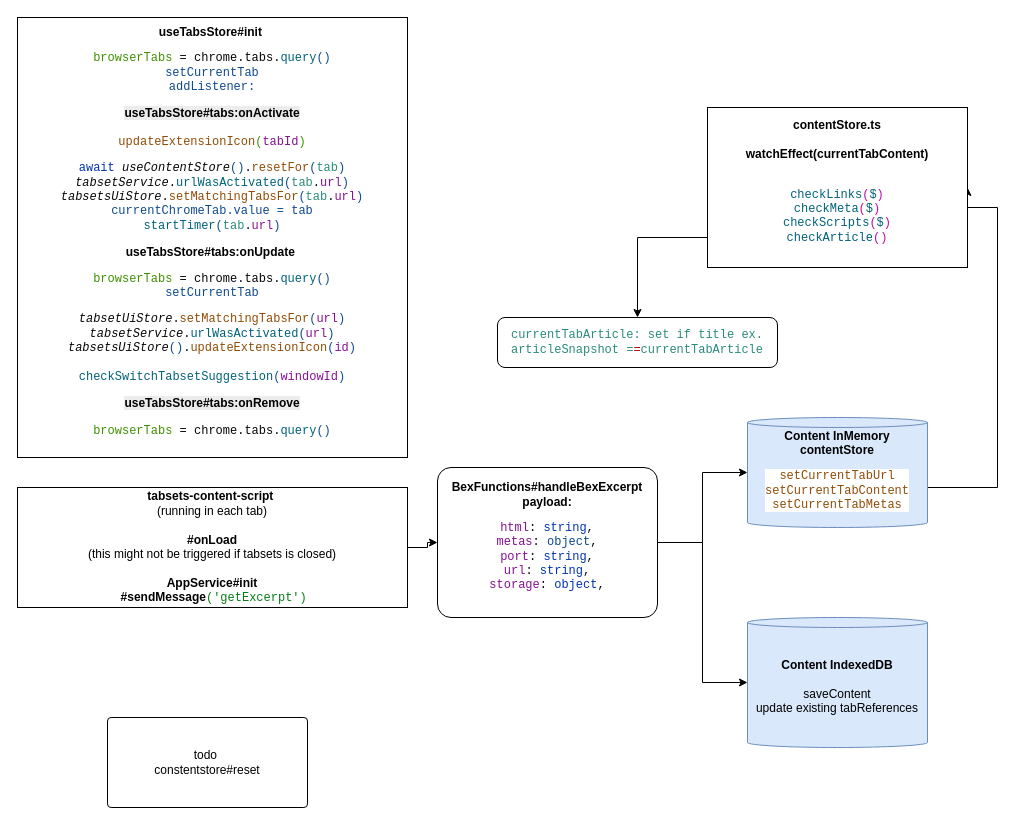
The draw.io diagram docs/drawio/test.drawio in evandor/tabsets, before the edit. Source tidied: cells renumbered, new cells numbered last; positions are measured from the earlier drawing's top-left corner, leaving out a move shared by most shapes. Both pictures are drawn from the tidied source at 100%, with x=0, y=0 at pixel (17, 17).
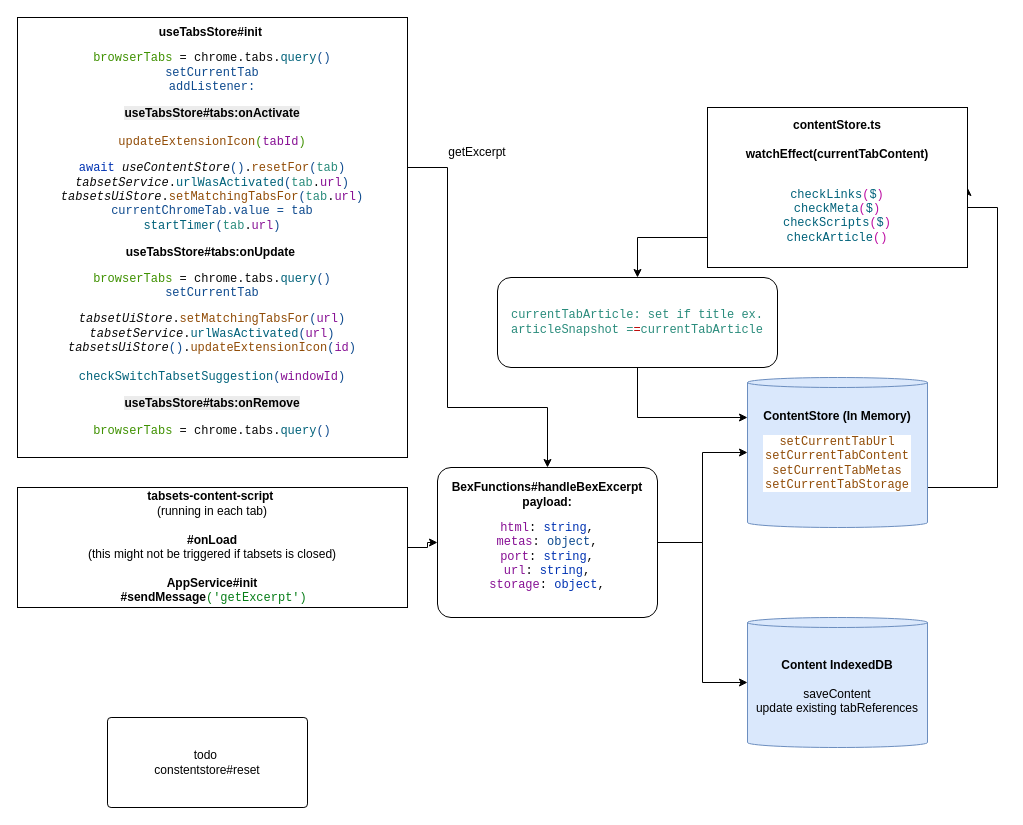
Above is the later version.

The change refers to these unchanged cells:
```xml
<mxCell id="8" value="&lt;div&gt;&lt;b&gt;useTabsStore#init&lt;/b&gt;&amp;nbsp;&lt;div&gt;&lt;div style=&quot;background-color: rgb(255, 255, 255); color: rgb(8, 8, 8);&quot;&gt;&lt;pre style=&quot;color: light-dark(rgb(8, 8, 8), rgb(230, 230, 230)); font-family: &amp;quot;JetBrains Mono&amp;quot;, monospace;&quot;&gt;&lt;span style=&quot;color: rgb(63, 145, 1);&quot;&gt;browserTabs&lt;span style=&quot;background-color: light-dark(rgb(255, 255, 255), rgb(18, 18, 18)); white-space: normal; color: rgb(145, 76, 7);&quot;&gt;&amp;nbsp;&lt;/span&gt;&lt;span style=&quot;background-color: light-dark(rgb(255, 255, 255), rgb(18, 18, 18)); color: light-dark(rgb(8, 8, 8), rgb(230, 230, 230)); white-space: normal;&quot;&gt;= chrome.tabs.&lt;/span&gt;&lt;span style=&quot;background-color: light-dark(rgb(255, 255, 255), rgb(18, 18, 18)); white-space: normal; color: rgb(0, 98, 122);&quot;&gt;query&lt;/span&gt;&lt;span style=&quot;background-color: light-dark(rgb(255, 255, 255), rgb(18, 18, 18)); white-space: normal; color: rgb(14, 74, 142);&quot;&gt;()&lt;br&gt;setCurrentTab&lt;br&gt;addListener:&lt;/span&gt;&lt;/span&gt;&lt;/pre&gt;&lt;/div&gt;&lt;/div&gt;&lt;/div&gt;&lt;pre style=&quot;color: light-dark(rgb(8, 8, 8), rgb(230, 230, 230)); font-family: &amp;quot;JetBrains Mono&amp;quot;, monospace;&quot;&gt;&lt;span style=&quot;color: rgb(63, 145, 1);&quot;&gt;&lt;span style=&quot;background-color: light-dark(rgb(255, 255, 255), rgb(18, 18, 18)); white-space: normal; color: rgb(14, 74, 142);&quot;&gt;&lt;b style=&quot;color: rgb(0, 0, 0); font-family: Helvetica; background-color: rgb(236, 236, 236);&quot;&gt;useTabsStore#tabs:onActivate&lt;/b&gt;&lt;/span&gt;&lt;/span&gt;&lt;/pre&gt;&lt;span style=&quot;font-family: &amp;quot;JetBrains Mono&amp;quot;, monospace; background-color: transparent; color: rgb(145, 76, 7);&quot;&gt;updateExtensionIcon&lt;/span&gt;&lt;span style=&quot;font-family: &amp;quot;JetBrains Mono&amp;quot;, monospace; background-color: transparent; color: rgb(63, 145, 1);&quot;&gt;(&lt;/span&gt;&lt;span style=&quot;font-family: &amp;quot;JetBrains Mono&amp;quot;, monospace; background-color: transparent; color: rgb(135, 16, 148);&quot;&gt;tabId&lt;/span&gt;&lt;span style=&quot;font-family: &amp;quot;JetBrains Mono&amp;quot;, monospace; background-color: transparent; color: rgb(63, 145, 1);&quot;&gt;)&lt;/span&gt;&lt;div&gt;&lt;div style=&quot;background-color: rgb(255, 255, 255); color: rgb(8, 8, 8);&quot;&gt;&lt;pre style=&quot;font-family:'JetBrains Mono',monospace;font-size:9,8pt;&quot;&gt;&lt;span style=&quot;color: rgb(0, 51, 179);&quot;&gt;await &lt;/span&gt;&lt;span style=&quot;font-style:italic;&quot;&gt;useContentStore&lt;/span&gt;&lt;span style=&quot;color: rgb(14, 74, 142);&quot;&gt;()&lt;/span&gt;.&lt;span style=&quot;color: rgb(145, 76, 7);&quot;&gt;resetFor&lt;/span&gt;&lt;span style=&quot;color: rgb(14, 74, 142);&quot;&gt;(&lt;/span&gt;&lt;span style=&quot;color: rgb(42, 140, 124);&quot;&gt;tab&lt;/span&gt;&lt;span style=&quot;color: rgb(14, 74, 142);&quot;&gt;)&lt;br&gt;&lt;/span&gt;&lt;i&gt;tabsetService&lt;/i&gt;.&lt;span style=&quot;color: rgb(0, 98, 122);&quot;&gt;urlWasActivated&lt;/span&gt;&lt;span style=&quot;color: rgb(14, 74, 142);&quot;&gt;(&lt;/span&gt;&lt;span style=&quot;color: rgb(42, 140, 124);&quot;&gt;tab&lt;/span&gt;.&lt;span style=&quot;color: rgb(135, 16, 148);&quot;&gt;url&lt;/span&gt;&lt;span style=&quot;color: rgb(14, 74, 142);&quot;&gt;)&lt;br&gt;&lt;/span&gt;&lt;i&gt;tabsetsUiStore&lt;/i&gt;.&lt;span style=&quot;color: rgb(145, 76, 7);&quot;&gt;setMatchingTabsFor&lt;/span&gt;&lt;span style=&quot;color: rgb(14, 74, 142);&quot;&gt;(&lt;/span&gt;&lt;span style=&quot;color: rgb(42, 140, 124);&quot;&gt;tab&lt;/span&gt;.&lt;span style=&quot;color: rgb(135, 16, 148);&quot;&gt;url&lt;/span&gt;&lt;span style=&quot;color: rgb(14, 74, 142);&quot;&gt;)&lt;br&gt;currentChromeTab.value = tab&lt;br&gt;&lt;/span&gt;&lt;span style=&quot;color: rgb(0, 98, 122);&quot;&gt;startTimer&lt;/span&gt;&lt;span style=&quot;color: rgb(14, 74, 142);&quot;&gt;(&lt;/span&gt;&lt;span style=&quot;color: rgb(42, 140, 124);&quot;&gt;tab&lt;/span&gt;.&lt;span style=&quot;color: rgb(135, 16, 148);&quot;&gt;url&lt;/span&gt;&lt;span style=&quot;color: rgb(14, 74, 142);&quot;&gt;)&lt;/span&gt;&lt;/pre&gt;&lt;/div&gt;&lt;/div&gt;&lt;div&gt;&lt;b&gt;useTabsStore#tabs:onUpdate&lt;/b&gt;&amp;nbsp;&lt;div&gt;&lt;div style=&quot;background-color: rgb(255, 255, 255); color: rgb(8, 8, 8);&quot;&gt;&lt;pre style=&quot;color: light-dark(rgb(8, 8, 8), rgb(230, 230, 230)); font-family: &amp;quot;JetBrains Mono&amp;quot;, monospace;&quot;&gt;&lt;span style=&quot;color: rgb(63, 145, 1);&quot;&gt;browserTabs&lt;span style=&quot;background-color: light-dark(rgb(255, 255, 255), rgb(18, 18, 18)); white-space: normal; color: rgb(145, 76, 7);&quot;&gt;&amp;nbsp;&lt;/span&gt;&lt;span style=&quot;background-color: light-dark(rgb(255, 255, 255), rgb(18, 18, 18)); color: light-dark(rgb(8, 8, 8), rgb(230, 230, 230)); white-space: normal;&quot;&gt;= chrome.tabs.&lt;/span&gt;&lt;span style=&quot;background-color: light-dark(rgb(255, 255, 255), rgb(18, 18, 18)); white-space: normal; color: rgb(0, 98, 122);&quot;&gt;query&lt;/span&gt;&lt;span style=&quot;background-color: light-dark(rgb(255, 255, 255), rgb(18, 18, 18)); white-space: normal; color: rgb(14, 74, 142);&quot;&gt;()&lt;br&gt;setCurrentTab&lt;/span&gt;&lt;/span&gt;&lt;/pre&gt;&lt;pre style=&quot;color: light-dark(rgb(8, 8, 8), rgb(230, 230, 230)); font-family: &amp;quot;JetBrains Mono&amp;quot;, monospace;&quot;&gt;&lt;span style=&quot;color: rgb(63, 145, 1);&quot;&gt;&lt;span style=&quot;background-color: light-dark(rgb(255, 255, 255), rgb(18, 18, 18)); white-space: normal; color: rgb(14, 74, 142);&quot;&gt;&lt;div style=&quot;color: rgb(8, 8, 8);&quot;&gt;&lt;pre style=&quot;font-family:'JetBrains Mono',monospace;font-size:9,8pt;&quot;&gt;&lt;span style=&quot;font-style:italic;&quot;&gt;tabsetUiStore&lt;/span&gt;.&lt;span style=&quot;color: rgb(145, 76, 7);&quot;&gt;setMatchingTabsFor&lt;/span&gt;&lt;span style=&quot;color: rgb(14, 74, 142);&quot;&gt;(&lt;/span&gt;&lt;span style=&quot;color: rgb(135, 16, 148);&quot;&gt;url&lt;/span&gt;&lt;span style=&quot;color: rgb(14, 74, 142);&quot;&gt;)&lt;br&gt;&lt;/span&gt;&lt;span style=&quot;font-style:italic;&quot;&gt;tabsetService&lt;/span&gt;.&lt;span style=&quot;color: rgb(0, 98, 122);&quot;&gt;urlWasActivated&lt;/span&gt;&lt;span style=&quot;color: rgb(14, 74, 142);&quot;&gt;(&lt;/span&gt;&lt;span style=&quot;color: rgb(135, 16, 148);&quot;&gt;url&lt;/span&gt;&lt;span style=&quot;color: rgb(14, 74, 142);&quot;&gt;)&lt;br&gt;&lt;/span&gt;&lt;span style=&quot;font-style:italic;&quot;&gt;tabsetsUiStore&lt;/span&gt;&lt;span style=&quot;color: rgb(14, 74, 142);&quot;&gt;()&lt;/span&gt;.&lt;span style=&quot;color: rgb(145, 76, 7);&quot;&gt;updateExtensionIcon&lt;/span&gt;&lt;span style=&quot;color: rgb(14, 74, 142);&quot;&gt;(&lt;/span&gt;&lt;span style=&quot;color: rgb(135, 16, 148);&quot;&gt;id&lt;/span&gt;&lt;span style=&quot;color: rgb(14, 74, 142);&quot;&gt;)&lt;br&gt;&lt;/span&gt;&lt;span style=&quot;color: rgb(14, 74, 142);&quot;&gt;&lt;br&gt;&lt;/span&gt;&lt;span style=&quot;color: rgb(0, 98, 122);&quot;&gt;checkSwitchTabsetSuggestion&lt;/span&gt;&lt;span style=&quot;color: rgb(14, 74, 142);&quot;&gt;(&lt;/span&gt;&lt;span style=&quot;color: rgb(135, 16, 148);&quot;&gt;windowId&lt;/span&gt;&lt;span style=&quot;color: rgb(14, 74, 142);&quot;&gt;)&lt;/span&gt;&lt;/pre&gt;&lt;/div&gt;&lt;/span&gt;&lt;/span&gt;&lt;/pre&gt;&lt;pre style=&quot;color: light-dark(rgb(8, 8, 8), rgb(230, 230, 230)); font-family: &amp;quot;JetBrains Mono&amp;quot;, monospace;&quot;&gt;&lt;b style=&quot;color: rgb(0, 0, 0); font-family: Helvetica; white-space: normal; background-color: rgb(236, 236, 236);&quot;&gt;useTabsStore#tabs:onRemove&lt;/b&gt;&lt;/pre&gt;&lt;pre style=&quot;color: light-dark(rgb(8, 8, 8), rgb(230, 230, 230)); font-family: &amp;quot;JetBrains Mono&amp;quot;, monospace;&quot;&gt;&lt;span style=&quot;color: rgb(63, 145, 1);&quot;&gt;browserTabs&lt;span style=&quot;background-color: light-dark(rgb(255, 255, 255), rgb(18, 18, 18)); white-space: normal; color: rgb(145, 76, 7);&quot;&gt;&amp;nbsp;&lt;/span&gt;&lt;span style=&quot;background-color: light-dark(rgb(255, 255, 255), rgb(18, 18, 18)); color: light-dark(rgb(8, 8, 8), rgb(230, 230, 230)); white-space: normal;&quot;&gt;= chrome.tabs.&lt;/span&gt;&lt;span style=&quot;background-color: light-dark(rgb(255, 255, 255), rgb(18, 18, 18)); white-space: normal; color: rgb(0, 98, 122);&quot;&gt;query&lt;/span&gt;&lt;span style=&quot;background-color: light-dark(rgb(255, 255, 255), rgb(18, 18, 18)); white-space: normal; color: rgb(14, 74, 142);&quot;&gt;()&lt;/span&gt;&lt;/span&gt;&lt;/pre&gt;&lt;/div&gt;&lt;/div&gt;&lt;/div&gt;" style="whiteSpace=wrap;html=1;" parent="1" vertex="1">
  <mxGeometry width="390" height="440" as="geometry" />
</mxCell>
<mxCell id="10" value="&lt;b&gt;BexFunctions#handleBexExcerpt&lt;br&gt;payload:&lt;br&gt;&lt;/b&gt;&lt;div style=&quot;background-color: rgb(255, 255, 255);&quot;&gt;&lt;pre style=&quot;font-family: &amp;quot;JetBrains Mono&amp;quot;, monospace;&quot;&gt;&lt;span style=&quot;color: rgb(135, 16, 148);&quot;&gt;html&lt;/span&gt;&lt;font color=&quot;#080808&quot;&gt;: &lt;/font&gt;&lt;span style=&quot;color: rgb(0, 51, 179);&quot;&gt;string&lt;/span&gt;&lt;font color=&quot;#080808&quot;&gt;,&lt;br&gt;&lt;/font&gt;&lt;span style=&quot;color: rgb(135, 16, 148);&quot;&gt;metas&lt;/span&gt;&lt;font color=&quot;#080808&quot;&gt;: &lt;/font&gt;&lt;font color=&quot;#0e4a8e&quot;&gt;object&lt;/font&gt;&lt;font color=&quot;#080808&quot;&gt;,&lt;br&gt;&lt;/font&gt;&lt;span style=&quot;color: rgb(135, 16, 148);&quot;&gt;port&lt;/span&gt;&lt;font color=&quot;#080808&quot;&gt;: &lt;/font&gt;&lt;span style=&quot;color: rgb(0, 51, 179);&quot;&gt;string&lt;/span&gt;&lt;font color=&quot;#080808&quot;&gt;,&lt;br&gt;&lt;/font&gt;&lt;span style=&quot;color: rgb(135, 16, 148);&quot;&gt;url&lt;/span&gt;&lt;font color=&quot;#080808&quot;&gt;: &lt;/font&gt;&lt;span style=&quot;color: rgb(0, 51, 179);&quot;&gt;string&lt;/span&gt;&lt;font color=&quot;#080808&quot;&gt;,&lt;br&gt;&lt;/font&gt;&lt;span style=&quot;color: rgb(135, 16, 148);&quot;&gt;storage&lt;/span&gt;&lt;font color=&quot;#080808&quot;&gt;: &lt;/font&gt;&lt;span style=&quot;color: rgb(0, 51, 179);&quot;&gt;object&lt;/span&gt;&lt;font color=&quot;#080808&quot;&gt;,&lt;/font&gt;&lt;/pre&gt;&lt;/div&gt;" style="rounded=1;whiteSpace=wrap;html=1;arcSize=9;" parent="1" vertex="1">
  <mxGeometry x="420" y="450" width="220" height="150" as="geometry" />
</mxCell>
```

What changed in the source:
```diff
@@
-    <mxCell id="7" value="&lt;b&gt;Content InMemory&lt;br&gt;contentStore&lt;br&gt;&lt;/b&gt;&lt;div style=&quot;background-color: rgb(255, 255, 255); color: rgb(8, 8, 8);&quot;&gt;&lt;pre style=&quot;font-family:'JetBrains Mono',monospace;font-size:9,8pt;&quot;&gt;&lt;span style=&quot;color: rgb(145, 76, 7);&quot;&gt;setCurrentTabUrl&lt;/span&gt;&lt;span style=&quot;color: rgb(63, 145, 1);&quot;&gt;&lt;br&gt;&lt;/span&gt;&lt;span style=&quot;color: rgb(145, 76, 7);&quot;&gt;setCurrentTabContent&lt;/span&gt;&lt;span style=&quot;color: rgb(63, 145, 1);&quot;&gt;&lt;br&gt;&lt;/span&gt;&lt;span style=&quot;color: rgb(145, 76, 7);&quot;&gt;setCurrentTabMetas&lt;/span&gt;&lt;/pre&gt;&lt;/div&gt;" style="shape=cylinder3;whiteSpace=wrap;html=1;boundedLbl=1;backgroundOutline=1;size=5;fillColor=#dae8fc;strokeColor=#6c8ebf;" parent="1" vertex="1">
-      <mxGeometry x="730" y="400" width="180" height="110" as="geometry" />
+    <mxCell id="7" value="&lt;b&gt;ContentStore (In Memory)&lt;br&gt;&lt;/b&gt;&lt;div style=&quot;background-color: rgb(255, 255, 255); color: rgb(8, 8, 8);&quot;&gt;&lt;pre style=&quot;font-family:'JetBrains Mono',monospace;font-size:9,8pt;&quot;&gt;&lt;span style=&quot;color: rgb(145, 76, 7);&quot;&gt;setCurrentTabUrl&lt;/span&gt;&lt;span style=&quot;color: rgb(63, 145, 1);&quot;&gt;&lt;br&gt;&lt;/span&gt;&lt;span style=&quot;color: rgb(145, 76, 7);&quot;&gt;setCurrentTabContent&lt;/span&gt;&lt;span style=&quot;color: rgb(63, 145, 1);&quot;&gt;&lt;br&gt;&lt;/span&gt;&lt;span style=&quot;color: rgb(145, 76, 7);&quot;&gt;setCurrentTabMetas&lt;br&gt;setCurrentTabStorage&lt;/span&gt;&lt;/pre&gt;&lt;/div&gt;" style="shape=cylinder3;whiteSpace=wrap;html=1;boundedLbl=1;backgroundOutline=1;size=5;fillColor=#dae8fc;strokeColor=#6c8ebf;" parent="1" vertex="1">
+      <mxGeometry x="730" y="360" width="180" height="150" as="geometry" />
     </mxCell>
+    <mxCell id="15" style="edgeStyle=orthogonalEdgeStyle;rounded=0;jettySize=auto;html=1;entryX=0.5;entryY=0;entryDx=0;entryDy=0;" parent="1" edge="1" source="8" target="10">
+      <mxGeometry relative="1" as="geometry">
+        <Array as="points">
+          <mxPoint x="430" y="150" />
+          <mxPoint x="430" y="390" />
+          <mxPoint x="530" y="390" />
+        </Array>
+      </mxGeometry>
+    </mxCell>
@@
     <mxCell id="14" value="&lt;div style=&quot;background-color: rgb(255, 255, 255); color: rgb(8, 8, 8);&quot;&gt;&lt;pre style=&quot;font-family: &amp;quot;JetBrains Mono&amp;quot;, monospace;&quot;&gt;&lt;span style=&quot;color: rgb(42, 140, 124);&quot;&gt;currentTabArticle:&lt;/span&gt;&lt;span style=&quot;color: rgb(42, 140, 124);&quot;&gt;&lt;font color=&quot;rgba(0, 0, 0, 0)&quot;&gt; &lt;/font&gt;&lt;/span&gt;&lt;font color=&quot;#2a8c7c&quot;&gt;set if title ex.&lt;/font&gt;&lt;span style=&quot;color: rgb(0, 51, 179);&quot;&gt;&lt;br&gt;&lt;/span&gt;&lt;span style=&quot;color: rgb(42, 140, 124);&quot;&gt;articleSnapshot =&lt;/span&gt;&lt;font color=&quot;rgba(0, 0, 0, 0)&quot;&gt;=&lt;/font&gt;&lt;span style=&quot;color: rgb(42, 140, 124);&quot;&gt;currentTabArticle&lt;/span&gt;&lt;font color=&quot;rgba(0, 0, 0, 0)&quot;&gt;&lt;br&gt;&lt;/font&gt;&lt;/pre&gt;&lt;/div&gt;" style="rounded=1;whiteSpace=wrap;html=1;" parent="1" vertex="1">
-      <mxGeometry x="480" y="300" width="280" height="50" as="geometry" />
+      <mxGeometry x="480" y="260" width="280" height="90" as="geometry" />
     </mxCell>
+    <mxCell id="16" value="getExcerpt" style="text;html=1;align=center;verticalAlign=middle;whiteSpace=wrap;rounded=0;" parent="1" vertex="1">
+      <mxGeometry x="430" y="120" width="60" height="30" as="geometry" />
+    </mxCell>
+    <mxCell id="17" style="edgeStyle=orthogonalEdgeStyle;rounded=0;jettySize=auto;html=1;entryX=0;entryY=0;entryDx=0;entryDy=40;entryPerimeter=0;" parent="1" edge="1" source="14" target="7">
+      <mxGeometry relative="1" as="geometry" />
+    </mxCell>
```
